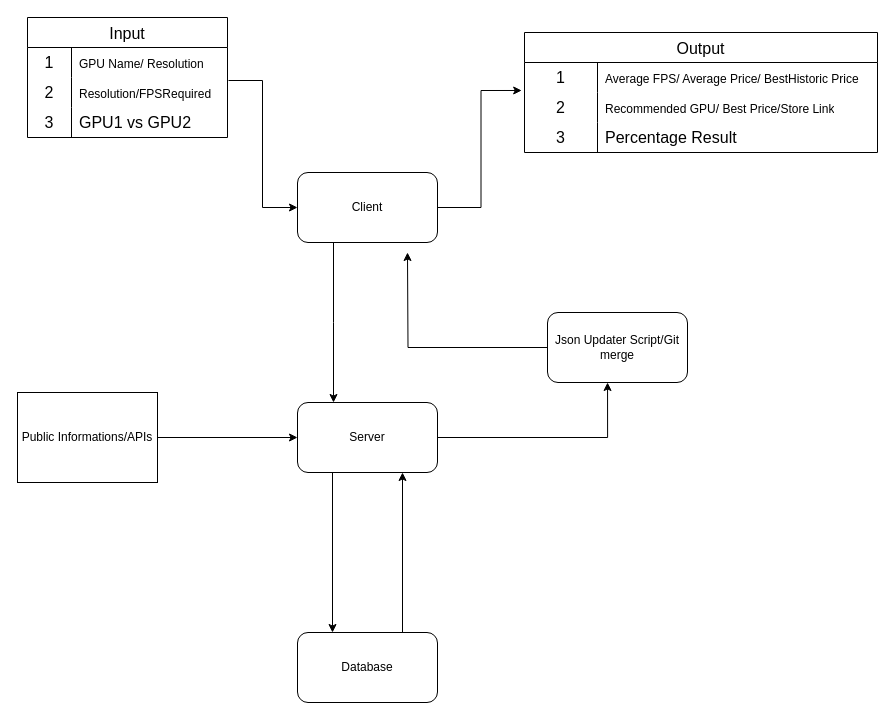
The draw.io diagram VladsMachine.drawio in SouzaNascimento/VladsMachine, before the edit. Source tidied: cells renumbered, new cells numbered last; positions are measured from the earlier drawing's top-left corner, leaving out a move shared by most shapes. Both pictures are drawn from the tidied source at 100%, with x=0, y=0 at pixel (17, 17).
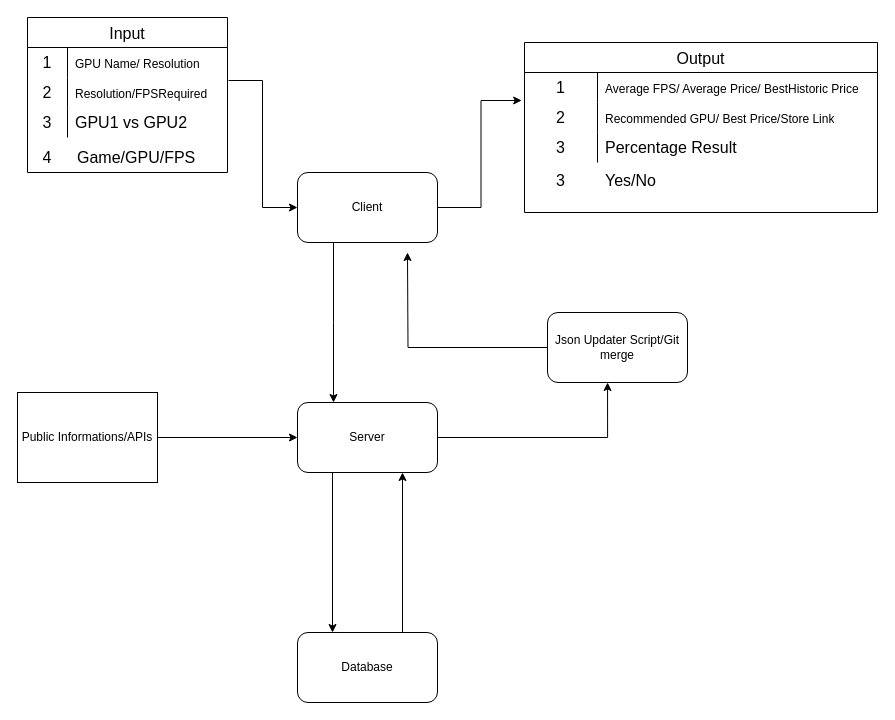
Above is the later version.

The change refers to these unchanged cells:
```xml
<mxCell id="7" style="shape=tableRow;horizontal=0;startSize=0;swimlaneHead=0;swimlaneBody=0;top=0;left=0;bottom=0;right=0;fillColor=none;strokeColor=inherit;fontSize=16;" parent="6" vertex="1">
  <mxGeometry y="30" width="200" height="30" as="geometry" />
</mxCell>
<mxCell id="10" style="shape=tableRow;horizontal=0;startSize=0;swimlaneHead=0;swimlaneBody=0;top=0;left=0;bottom=0;right=0;fillColor=none;points=[[0,0.5],[1,0.5]];portConstraint=eastwest;strokeColor=inherit;fontSize=16;" parent="6" vertex="1">
  <mxGeometry y="60" width="200" height="30" as="geometry" />
</mxCell>
<mxCell id="13" style="shape=tableRow;horizontal=0;startSize=0;swimlaneHead=0;swimlaneBody=0;top=0;left=0;bottom=0;right=0;fillColor=none;strokeColor=inherit;fontSize=16;" parent="6" vertex="1">
  <mxGeometry y="90" width="200" height="30" as="geometry" />
</mxCell>
```

The edit, as a diff of the source:
```diff
@@
     <mxCell id="6" value="Input" style="shape=table;startSize=30;childLayout=tableLayout;rowLines=0;fontStyle=0;strokeColor=default;fontSize=16;" parent="1" vertex="1">
-      <mxGeometry x="10" width="200" height="120" as="geometry" />
+      <mxGeometry x="10" width="200" height="155" as="geometry" />
     </mxCell>
@@
     <mxCell id="8" value="1" style="shape=partialRectangle;html=1;whiteSpace=wrap;fillColor=none;top=0;left=0;bottom=0;right=0;overflow=hidden;strokeColor=inherit;fontSize=16;" parent="7" vertex="1">
-      <mxGeometry width="44" height="30" as="geometry" />
+      <mxGeometry width="40" height="30" as="geometry" />
     </mxCell>
     <mxCell id="9" value="&lt;span style=&quot;font-size: 12px; text-align: center;&quot;&gt;GPU Name/&amp;nbsp;&lt;/span&gt;&lt;span style=&quot;color: light-dark(rgb(0, 0, 0), rgb(255, 255, 255)); font-size: 12px; text-align: center; background-color: transparent;&quot;&gt;Resolution&lt;/span&gt;" style="shape=partialRectangle;html=1;whiteSpace=wrap;fillColor=none;top=0;left=0;bottom=0;right=0;align=left;spacingLeft=6;overflow=hidden;strokeColor=inherit;fontSize=16;" parent="7" vertex="1">
-      <mxGeometry x="44" width="156" height="30" as="geometry" />
+      <mxGeometry x="40" width="160" height="30" as="geometry" />
     </mxCell>
@@
     <mxCell id="11" value="2" style="shape=partialRectangle;html=1;whiteSpace=wrap;fillColor=none;top=0;left=0;bottom=0;right=0;overflow=hidden;strokeColor=inherit;fontSize=16;" parent="10" vertex="1">
-      <mxGeometry width="44" height="30" as="geometry" />
+      <mxGeometry width="40" height="30" as="geometry" />
     </mxCell>
     <mxCell id="12" value="&lt;span style=&quot;font-size: 12px; text-align: center;&quot;&gt;Resolution/FPSRequired&lt;/span&gt;" style="shape=partialRectangle;html=1;whiteSpace=wrap;fillColor=none;top=0;left=0;bottom=0;right=0;align=left;spacingLeft=6;overflow=hidden;strokeColor=inherit;fontSize=16;" parent="10" vertex="1">
-      <mxGeometry x="44" width="156" height="30" as="geometry" />
+      <mxGeometry x="40" width="160" height="30" as="geometry" />
     </mxCell>
@@
     <mxCell id="14" value="3" style="shape=partialRectangle;html=1;whiteSpace=wrap;fillColor=none;top=0;left=0;bottom=0;right=0;overflow=hidden;strokeColor=inherit;fontSize=16;" parent="13" vertex="1">
-      <mxGeometry width="44" height="30" as="geometry" />
+      <mxGeometry width="40" height="30" as="geometry" />
     </mxCell>
     <mxCell id="15" value="GPU1 vs GPU2" style="shape=partialRectangle;html=1;whiteSpace=wrap;fillColor=none;top=0;left=0;bottom=0;right=0;align=left;spacingLeft=6;overflow=hidden;strokeColor=inherit;fontSize=16;" parent="13" vertex="1">
-      <mxGeometry x="44" width="156" height="30" as="geometry" />
+      <mxGeometry x="40" width="160" height="30" as="geometry" />
     </mxCell>
     <mxCell id="16" value="Output" style="shape=table;startSize=30;childLayout=tableLayout;rowLines=0;fontStyle=0;strokeColor=default;fontSize=16;" parent="1" vertex="1">
-      <mxGeometry x="507" y="15" width="353" height="120" as="geometry" />
+      <mxGeometry x="507" y="25" width="353" height="170" as="geometry" />
     </mxCell>
@@
+    <mxCell id="35" style="shape=tableRow;horizontal=0;startSize=0;swimlaneHead=0;swimlaneBody=0;top=0;left=0;bottom=0;right=0;fillColor=none;strokeColor=inherit;fontSize=16;" parent="1" vertex="1">
+      <mxGeometry x="8" y="125" width="200" height="30" as="geometry" />
+    </mxCell>
+    <mxCell id="36" value="4" style="shape=partialRectangle;html=1;whiteSpace=wrap;fillColor=none;top=0;left=0;bottom=0;right=0;overflow=hidden;strokeColor=inherit;fontSize=16;" parent="35" vertex="1">
+      <mxGeometry width="44" height="30" as="geometry" />
+    </mxCell>
+    <mxCell id="37" value="Game/GPU/FPS" style="shape=partialRectangle;html=1;whiteSpace=wrap;fillColor=none;top=0;left=0;bottom=0;right=0;align=left;spacingLeft=6;overflow=hidden;strokeColor=inherit;fontSize=16;" parent="35" vertex="1">
+      <mxGeometry x="44" width="156" height="30" as="geometry" />
+    </mxCell>
+    <mxCell id="38" style="shape=tableRow;horizontal=0;startSize=0;swimlaneHead=0;swimlaneBody=0;top=0;left=0;bottom=0;right=0;fillColor=none;strokeColor=inherit;fontSize=16;" parent="1" vertex="1">
+      <mxGeometry x="507" y="148" width="353" height="30" as="geometry" />
+    </mxCell>
+    <mxCell id="39" value="3" style="shape=partialRectangle;html=1;whiteSpace=wrap;fillColor=none;top=0;left=0;bottom=0;right=0;overflow=hidden;strokeColor=inherit;fontSize=16;" parent="38" vertex="1">
+      <mxGeometry width="73" height="30" as="geometry" />
+    </mxCell>
+    <mxCell id="40" value="Yes/No" style="shape=partialRectangle;html=1;whiteSpace=wrap;fillColor=none;top=0;left=0;bottom=0;right=0;align=left;spacingLeft=6;overflow=hidden;strokeColor=inherit;fontSize=16;" parent="38" vertex="1">
+      <mxGeometry x="73" width="280" height="30" as="geometry" />
+    </mxCell>
```
